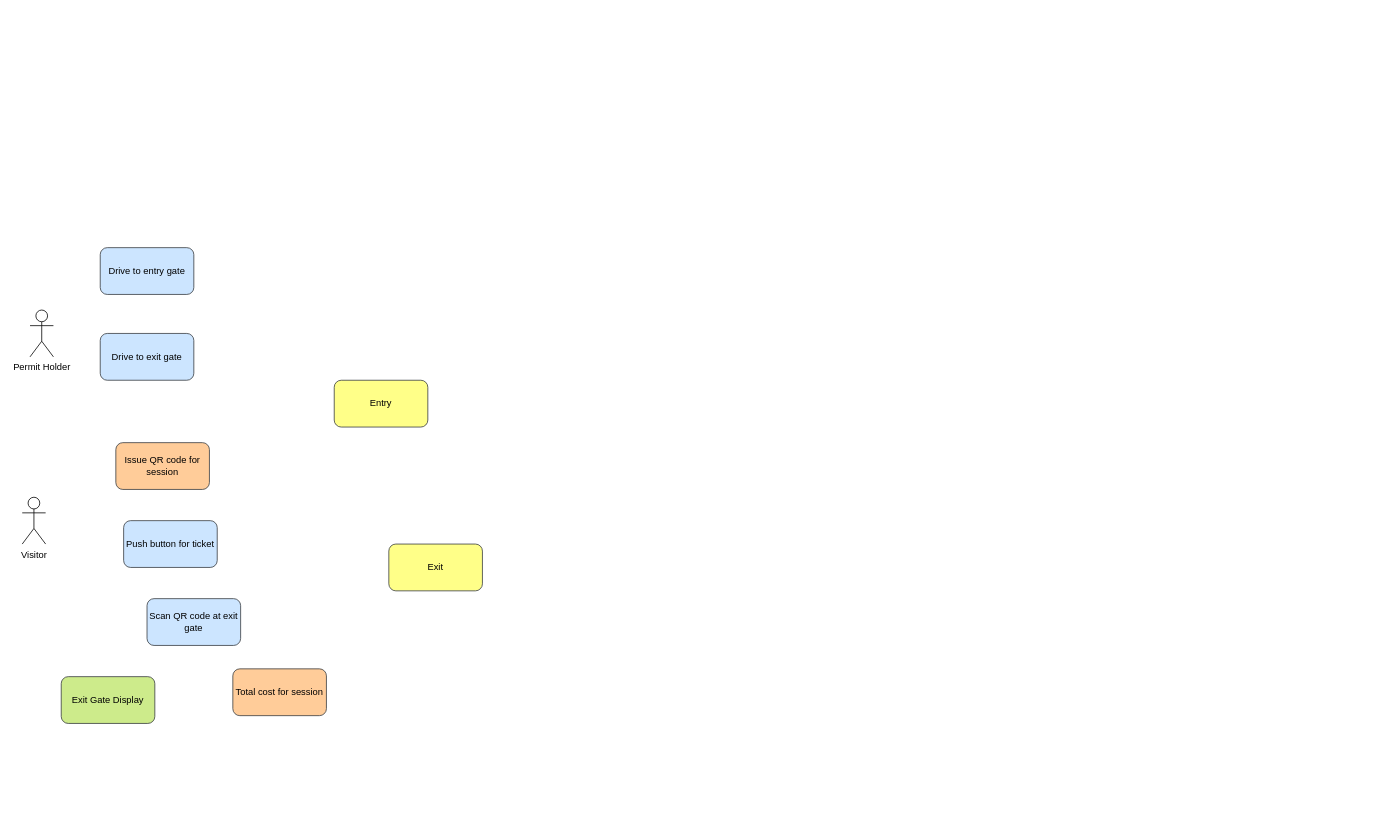
Earlier version of the draw.io diagram mvp.drawio (harwoodr/drawio). Source tidied: cells renumbered, new cells numbered last; positions are measured from the earlier drawing's top-left corner, leaving out a move shared by most shapes. Both pictures are drawn from the tidied source at 78%, with x=0, y=0 at pixel (22, 247).
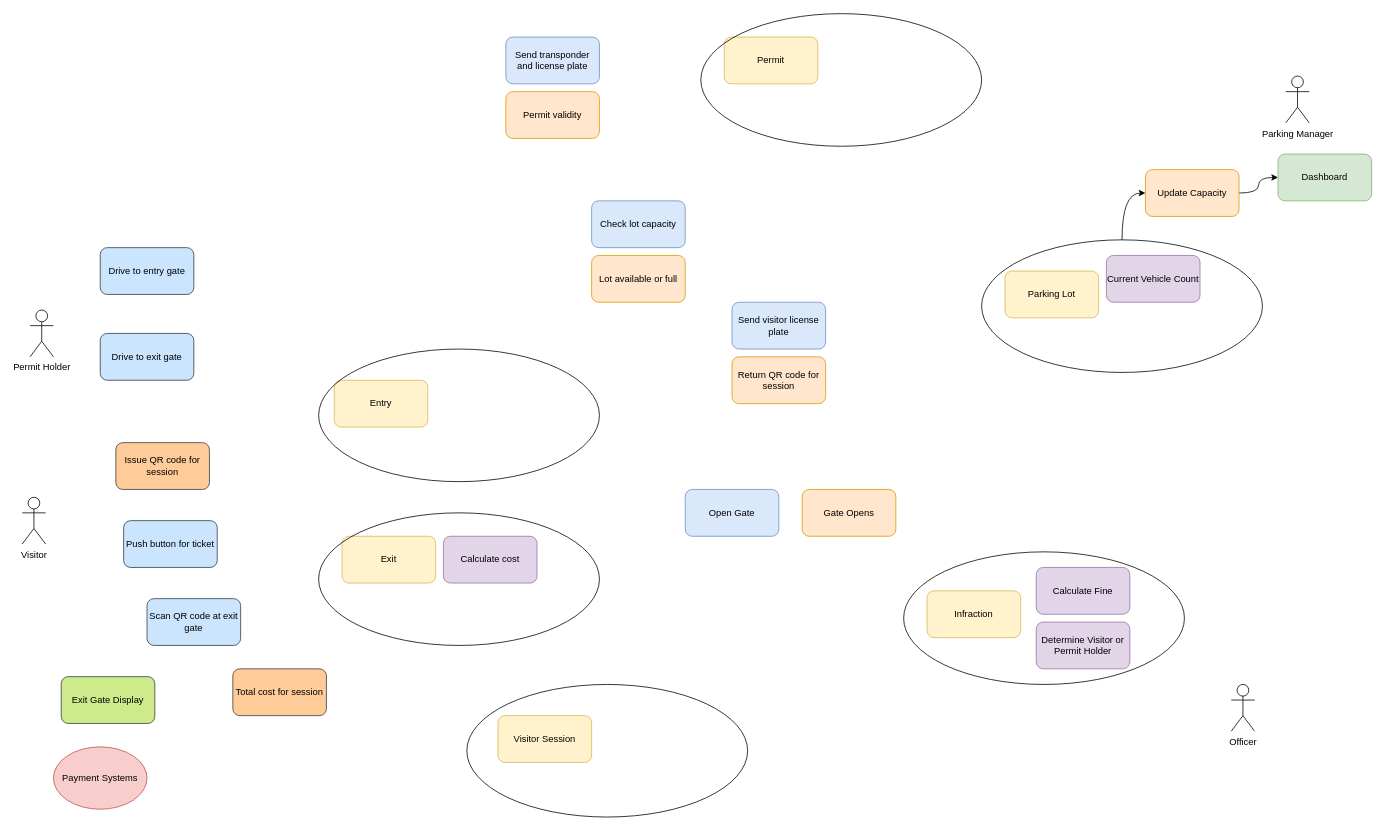
The same diagram, later.

Diff of the diagram source:
```diff
@@
-    <mxCell id="3" value="Entry" style="rounded=1;whiteSpace=wrap;html=1;fillColor=#ffff88;strokeColor=#36393d;" parent="1" vertex="1">
+    <mxCell id="3" value="Entry" style="rounded=1;whiteSpace=wrap;html=1;fillColor=#fff2cc;strokeColor=#d6b656;" parent="1" vertex="1">
       <mxGeometry x="400" y="170" width="120" height="60" as="geometry" />
     </mxCell>
@@
-    <mxCell id="11" value="Exit" style="rounded=1;whiteSpace=wrap;html=1;fillColor=#ffff88;strokeColor=#36393d;" parent="1" vertex="1">
-      <mxGeometry x="470" y="380" width="120" height="60" as="geometry" />
+    <mxCell id="11" value="Exit" style="rounded=1;whiteSpace=wrap;html=1;fillColor=#fff2cc;strokeColor=#d6b656;" parent="1" vertex="1">
+      <mxGeometry x="410" y="370" width="120" height="60" as="geometry" />
     </mxCell>
@@
+    <mxCell id="13" value="Calculate cost" style="rounded=1;whiteSpace=wrap;html=1;fillColor=#e1d5e7;strokeColor=#9673a6;" parent="1" vertex="1">
+      <mxGeometry x="540" y="370" width="120" height="60" as="geometry" />
+    </mxCell>
+    <mxCell id="14" value="Open Gate" style="rounded=1;whiteSpace=wrap;html=1;fillColor=#dae8fc;strokeColor=#6c8ebf;" parent="1" vertex="1">
+      <mxGeometry x="850" y="310" width="120" height="60" as="geometry" />
+    </mxCell>
+    <mxCell id="15" value="Send visitor license plate" style="rounded=1;whiteSpace=wrap;html=1;fillColor=#dae8fc;strokeColor=#6c8ebf;" parent="1" vertex="1">
+      <mxGeometry x="910" y="70" width="120" height="60" as="geometry" />
+    </mxCell>
+    <mxCell id="16" value="Gate Opens" style="rounded=1;whiteSpace=wrap;html=1;fillColor=#ffe6cc;strokeColor=#d79b00;" parent="1" vertex="1">
+      <mxGeometry x="1000" y="310" width="120" height="60" as="geometry" />
+    </mxCell>
+    <mxCell id="17" value="Return QR code for session" style="rounded=1;whiteSpace=wrap;html=1;fillColor=#ffe6cc;strokeColor=#d79b00;" parent="1" vertex="1">
+      <mxGeometry x="910" y="140" width="120" height="60" as="geometry" />
+    </mxCell>
+    <mxCell id="18" value="Payment Systems" style="ellipse;whiteSpace=wrap;html=1;fillColor=#f8cecc;strokeColor=#b85450;" parent="1" vertex="1">
+      <mxGeometry x="40" y="640" width="120" height="80" as="geometry" />
+    </mxCell>
+    <mxCell id="19" value="Send transponder and license plate" style="rounded=1;whiteSpace=wrap;html=1;fillColor=#dae8fc;strokeColor=#6c8ebf;" parent="1" vertex="1">
+      <mxGeometry x="620" y="-270" width="120" height="60" as="geometry" />
+    </mxCell>
+    <mxCell id="20" value="Check lot capacity" style="rounded=1;whiteSpace=wrap;html=1;fillColor=#dae8fc;strokeColor=#6c8ebf;" parent="1" vertex="1">
+      <mxGeometry x="730" y="-60" width="120" height="60" as="geometry" />
+    </mxCell>
+    <mxCell id="21" value="Lot available or full" style="rounded=1;whiteSpace=wrap;html=1;fillColor=#ffe6cc;strokeColor=#d79b00;" parent="1" vertex="1">
+      <mxGeometry x="730" y="10" width="120" height="60" as="geometry" />
+    </mxCell>
+    <mxCell id="22" value="Permit validity" style="rounded=1;whiteSpace=wrap;html=1;fillColor=#ffe6cc;strokeColor=#d79b00;" parent="1" vertex="1">
+      <mxGeometry x="620" y="-200" width="120" height="60" as="geometry" />
+    </mxCell>
+    <mxCell id="23" value="Permit" style="rounded=1;whiteSpace=wrap;html=1;fillColor=#fff2cc;strokeColor=#d6b656;" parent="1" vertex="1">
+      <mxGeometry x="900" y="-270" width="120" height="60" as="geometry" />
+    </mxCell>
+    <mxCell id="24" value="Visitor Session" style="rounded=1;whiteSpace=wrap;html=1;fillColor=#fff2cc;strokeColor=#d6b656;" parent="1" vertex="1">
+      <mxGeometry x="610" y="600" width="120" height="60" as="geometry" />
+    </mxCell>
+    <mxCell id="25" value="Parking Lot" style="rounded=1;whiteSpace=wrap;html=1;fillColor=#fff2cc;strokeColor=#d6b656;" parent="1" vertex="1">
+      <mxGeometry x="1260" y="30" width="120" height="60" as="geometry" />
+    </mxCell>
+    <mxCell id="26" value="Infraction" style="rounded=1;whiteSpace=wrap;html=1;fillColor=#fff2cc;strokeColor=#d6b656;" parent="1" vertex="1">
+      <mxGeometry x="1160" y="440" width="120" height="60" as="geometry" />
+    </mxCell>
+    <mxCell id="27" style="ellipse;whiteSpace=wrap;html=1;fillColor=none;" parent="1" vertex="1">
+      <mxGeometry x="380" y="340" width="360" height="170" as="geometry" />
+    </mxCell>
+    <mxCell id="28" style="ellipse;whiteSpace=wrap;html=1;fillColor=none;" parent="1" vertex="1">
+      <mxGeometry x="380" y="130" width="360" height="170" as="geometry" />
+    </mxCell>
+    <mxCell id="29" style="ellipse;whiteSpace=wrap;html=1;fillColor=none;" parent="1" vertex="1">
+      <mxGeometry x="570" y="560" width="360" height="170" as="geometry" />
+    </mxCell>
+    <mxCell id="30" style="ellipse;whiteSpace=wrap;html=1;fillColor=none;" parent="1" vertex="1">
+      <mxGeometry x="1130" y="390" width="360" height="170" as="geometry" />
+    </mxCell>
+    <mxCell id="31" style="edgeStyle=orthogonalEdgeStyle;rounded=0;jettySize=auto;html=1;exitX=0.5;exitY=0;exitDx=0;exitDy=0;entryX=0;entryY=0.5;entryDx=0;entryDy=0;curved=1;" parent="1" edge="1" source="32" target="40">
+      <mxGeometry relative="1" as="geometry" />
+    </mxCell>
+    <mxCell id="32" style="ellipse;whiteSpace=wrap;html=1;fillColor=none;" parent="1" vertex="1">
+      <mxGeometry x="1230" y="-10" width="360" height="170" as="geometry" />
+    </mxCell>
+    <mxCell id="33" value="Calculate Fine" style="rounded=1;whiteSpace=wrap;html=1;fillColor=#e1d5e7;strokeColor=#9673a6;" parent="1" vertex="1">
+      <mxGeometry x="1300" y="410" width="120" height="60" as="geometry" />
+    </mxCell>
+    <mxCell id="34" value="Determine Visitor or Permit Holder" style="rounded=1;whiteSpace=wrap;html=1;fillColor=#e1d5e7;strokeColor=#9673a6;" parent="1" vertex="1">
+      <mxGeometry x="1300" y="480" width="120" height="60" as="geometry" />
+    </mxCell>
+    <mxCell id="35" value="Current Vehicle Count" style="rounded=1;whiteSpace=wrap;html=1;fillColor=#e1d5e7;strokeColor=#9673a6;" parent="1" vertex="1">
+      <mxGeometry x="1390" y="10" width="120" height="60" as="geometry" />
+    </mxCell>
+    <mxCell id="36" style="ellipse;whiteSpace=wrap;html=1;fillColor=none;" parent="1" vertex="1">
+      <mxGeometry x="870" y="-300" width="360" height="170" as="geometry" />
+    </mxCell>
+    <mxCell id="37" value="Officer" style="shape=umlActor;verticalLabelPosition=bottom;verticalAlign=top;html=1;" parent="1" vertex="1">
+      <mxGeometry x="1550" y="560" width="30" height="60" as="geometry" />
+    </mxCell>
+    <mxCell id="38" value="Dashboard" style="rounded=1;whiteSpace=wrap;html=1;fillColor=#d5e8d4;strokeColor=#82b366;" parent="1" vertex="1">
+      <mxGeometry x="1610" y="-120" width="120" height="60" as="geometry" />
+    </mxCell>
+    <mxCell id="39" style="edgeStyle=orthogonalEdgeStyle;rounded=0;jettySize=auto;html=1;exitX=1;exitY=0.5;exitDx=0;exitDy=0;entryX=0;entryY=0.5;entryDx=0;entryDy=0;curved=1;" parent="1" edge="1" source="40" target="38">
+      <mxGeometry relative="1" as="geometry" />
+    </mxCell>
+    <mxCell id="40" value="Update Capacity" style="rounded=1;whiteSpace=wrap;html=1;fillColor=#ffe6cc;strokeColor=#d79b00;" parent="1" vertex="1">
+      <mxGeometry x="1440" y="-100" width="120" height="60" as="geometry" />
+    </mxCell>
+    <mxCell id="41" value="Parking Manager" style="shape=umlActor;verticalLabelPosition=bottom;verticalAlign=top;html=1;" parent="1" vertex="1">
+      <mxGeometry x="1620" y="-220" width="30" height="60" as="geometry" />
+    </mxCell>
```
